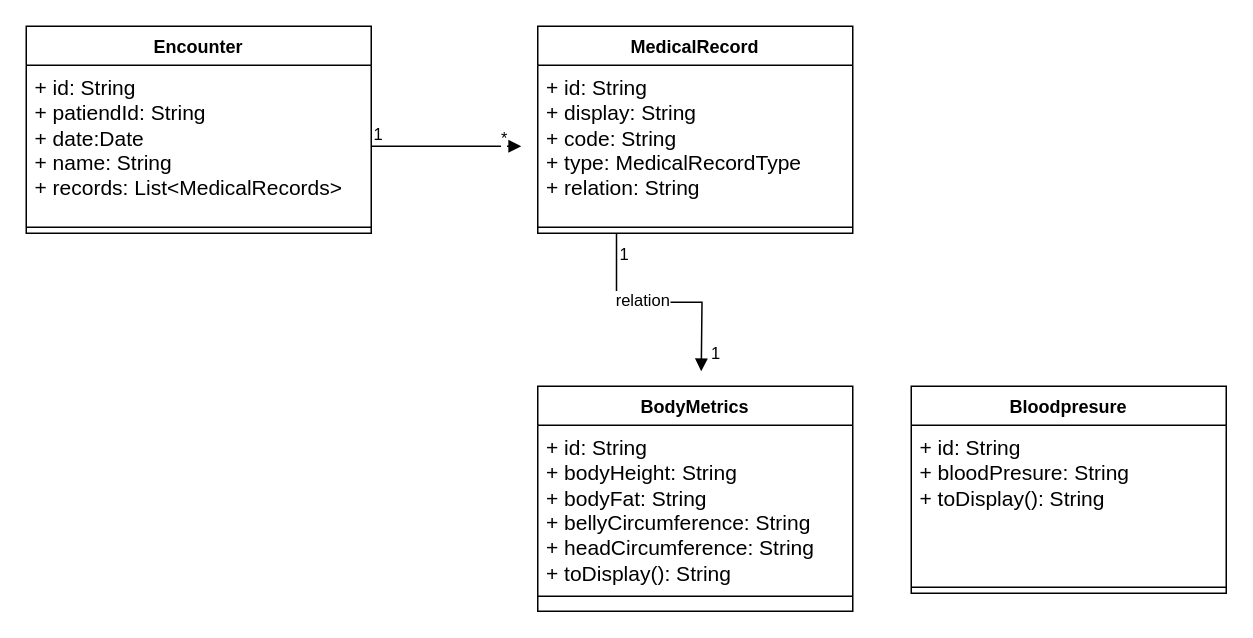
goafabric/core-service keeps this draw.io diagram as doc/diagrams/Datamodel.drawio. Above is the earlier version. Source tidied: cells renumbered, new cells numbered last; positions are measured from the earlier drawing's top-left corner, leaving out a move shared by most shapes. Both pictures are drawn from the tidied source at 150%, with x=0, y=0 at pixel (26, 26).
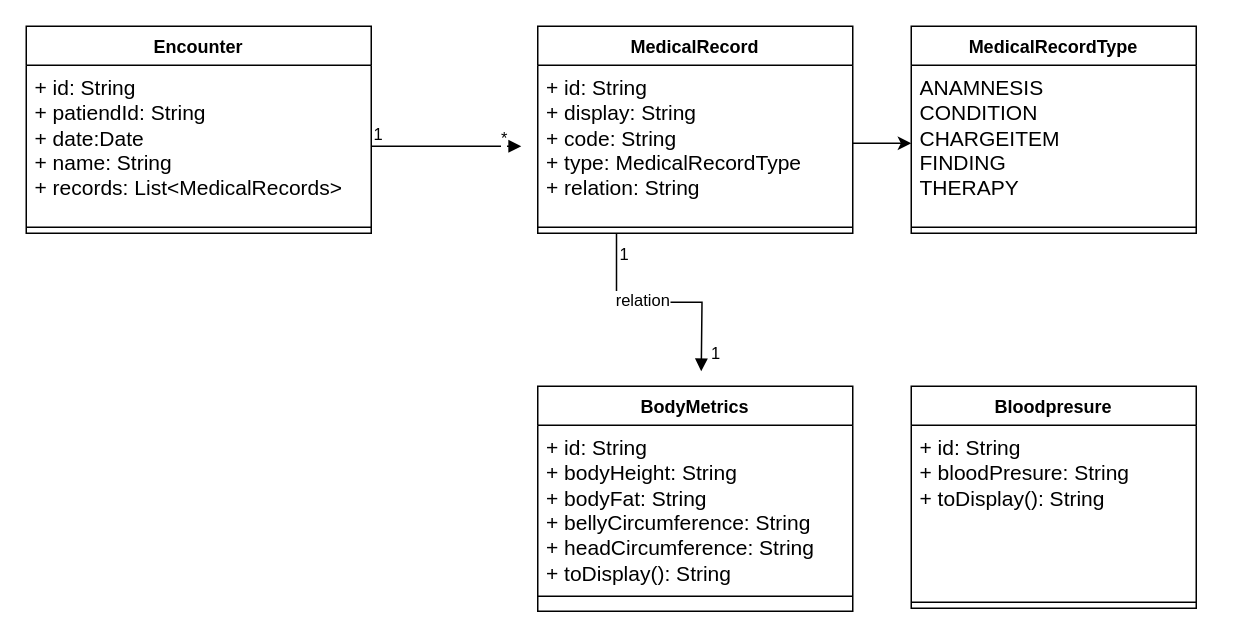
After the change.

The change refers to these unchanged cells:
```xml
<mxCell id="3" value="&lt;font style=&quot;font-size: 14px;&quot;&gt;+ id: String&lt;br&gt;+ display: String&lt;br&gt;+ code: String&lt;br&gt;+ type: MedicalRecordType&lt;br&gt;+ relation: String&lt;br&gt;&lt;/font&gt;" style="text;strokeColor=none;fillColor=none;align=left;verticalAlign=top;spacingLeft=4;spacingRight=4;overflow=hidden;points=[[0,0.5],[1,0.5]];portConstraint=eastwest;whiteSpace=wrap;html=1;" parent="2" vertex="1">
  <mxGeometry y="26" width="210" height="104" as="geometry" />
</mxCell>
```

Change to the diagram source:
```diff
@@
     <mxCell id="18" value="Bloodpresure" style="swimlane;fontStyle=1;align=center;verticalAlign=top;horizontal=1;startSize=26;whiteSpace=wrap;html=1;" parent="1" vertex="1">
-      <mxGeometry x="590" y="240" width="210" height="138" as="geometry" />
+      <mxGeometry x="590" y="240" width="190" height="148" as="geometry" />
     </mxCell>
     <mxCell id="19" value="&lt;font style=&quot;font-size: 14px;&quot;&gt;+ id: String&lt;br&gt;+ bloodPresure: String&lt;br&gt;+ toDisplay(): String&lt;br&gt;&lt;/font&gt;" style="text;strokeColor=none;fillColor=none;align=left;verticalAlign=top;spacingLeft=4;spacingRight=4;overflow=hidden;whiteSpace=wrap;html=1;" parent="18" vertex="1">
-      <mxGeometry y="26" width="210" height="104" as="geometry" />
+      <mxGeometry y="26" width="190" height="114" as="geometry" />
     </mxCell>
     <mxCell id="20" style="line;strokeWidth=1;fillColor=none;align=left;verticalAlign=middle;spacingTop=-1;spacingLeft=3;spacingRight=3;labelPosition=right;strokeColor=inherit;" parent="18" vertex="1">
-      <mxGeometry y="130" width="210" height="8" as="geometry" />
+      <mxGeometry y="140" width="190" height="8" as="geometry" />
     </mxCell>
+    <mxCell id="21" value="MedicalRecordType" style="swimlane;fontStyle=1;align=center;verticalAlign=top;horizontal=1;startSize=26;whiteSpace=wrap;html=1;" parent="1" vertex="1">
+      <mxGeometry x="590" width="190" height="138" as="geometry" />
+    </mxCell>
+    <mxCell id="22" value="&lt;font style=&quot;font-size: 14px;&quot;&gt;ANAMNESIS&lt;br&gt;CONDITION&lt;br&gt;CHARGEITEM&lt;br&gt;FINDING&lt;br&gt;THERAPY&lt;br&gt;&lt;/font&gt;" style="text;strokeColor=none;fillColor=none;align=left;verticalAlign=top;spacingLeft=4;spacingRight=4;overflow=hidden;points=[[0,0.5],[1,0.5]];portConstraint=eastwest;whiteSpace=wrap;html=1;" parent="21" vertex="1">
+      <mxGeometry y="26" width="190" height="104" as="geometry" />
+    </mxCell>
+    <mxCell id="23" style="line;strokeWidth=1;fillColor=none;align=left;verticalAlign=middle;spacingTop=-1;spacingLeft=3;spacingRight=3;labelPosition=right;strokeColor=inherit;" parent="21" vertex="1">
+      <mxGeometry y="130" width="190" height="8" as="geometry" />
+    </mxCell>
+    <mxCell id="24" style="edgeStyle=orthogonalEdgeStyle;rounded=0;jettySize=auto;html=1;" parent="1" edge="1" source="3" target="22">
+      <mxGeometry relative="1" as="geometry" />
+    </mxCell>
```
